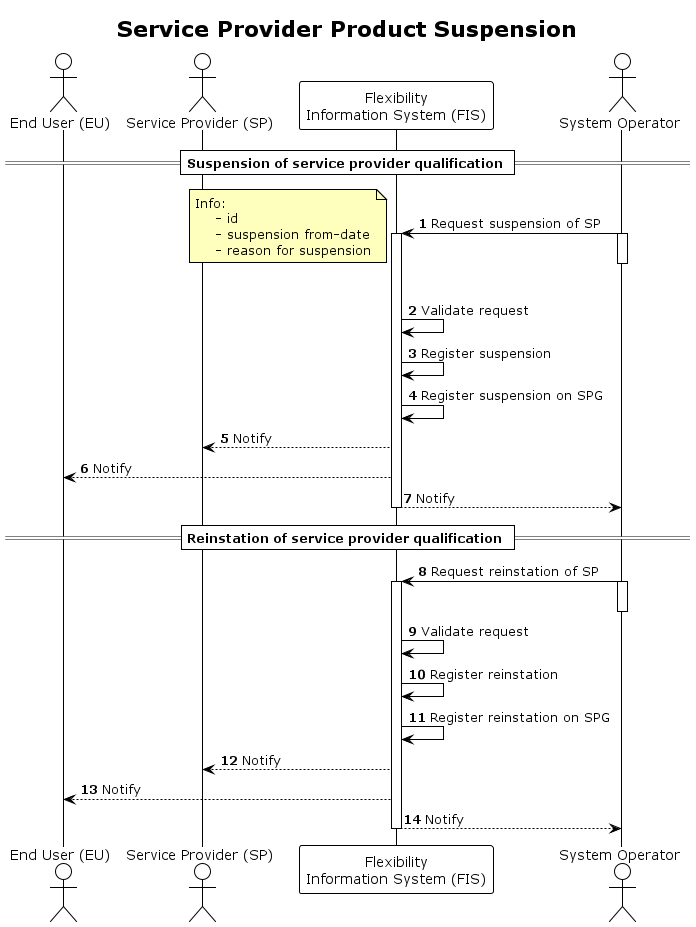
Before: docs/diagrams/service_provider_product_suspension.png, a diagram exported from PlantUML (elhub/flex-information-system).
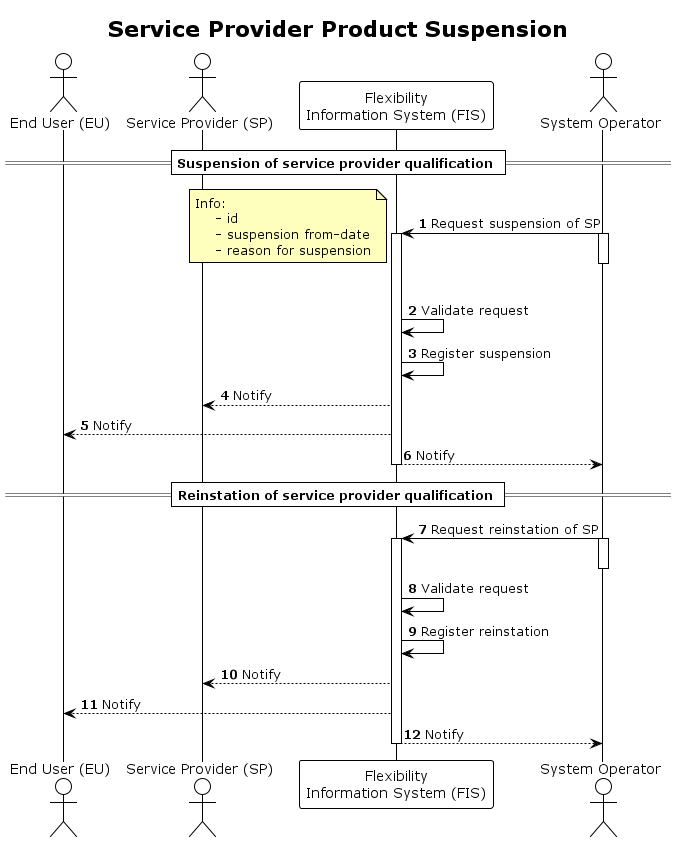
Later version of the same file.

Commit message:
Removed cascading from text and diagram

Change to the diagram source:
```diff
@@ -31,7 +31,6 @@
 activate FIS
 FIS -> FIS: Validate request
 FIS -> FIS: Register suspension
-FIS -> FIS: Register suspension on SPG
 
 FIS --> SP: Notify
 FIS --> EU: Notify
@@ -46,7 +45,6 @@
 activate FIS
 FIS -> FIS: Validate request
 FIS -> FIS: Register reinstation
-FIS -> FIS: Register reinstation on SPG
 
 FIS --> SP: Notify
 FIS --> EU: Notify
```
